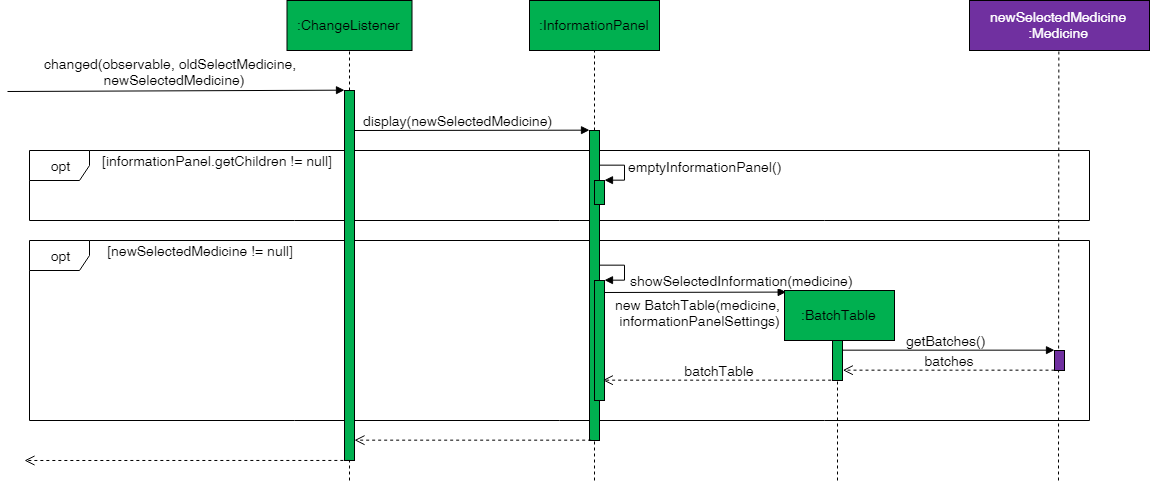
The draw.io diagram docs/images/InformationPanelSequenceDiagram.png in nus-cs2103-AY1819S2/addressbook-level4, before a commit. Source tidied: cells renumbered, new cells last; positions are measured from the earlier drawing's top-left corner, leaving out a move shared by most shapes.
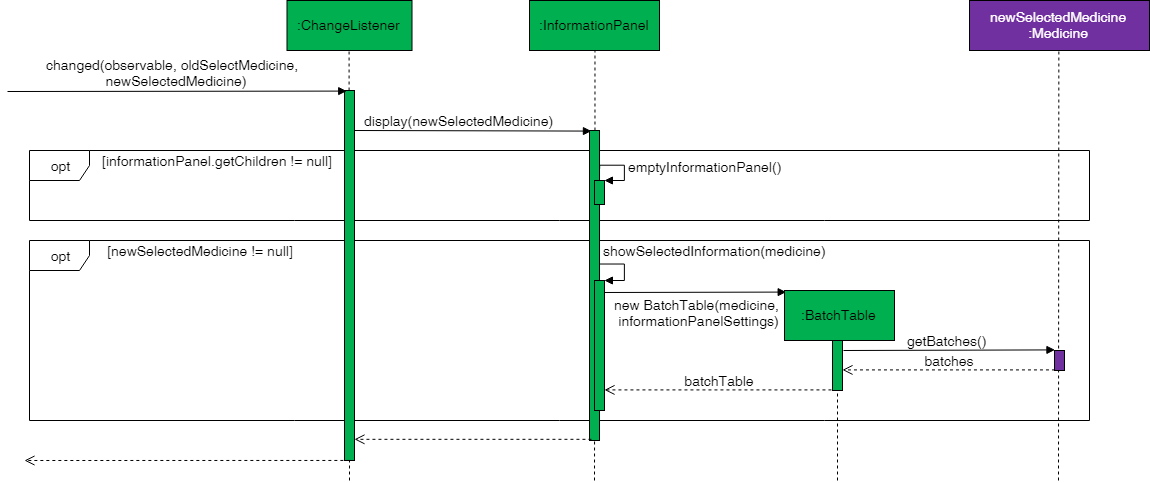
Above is the later version.

What changed in the source:
```diff
@@ -11,11 +11,13 @@
     <mxCell id="3" value="&lt;font style=&quot;font-size: 14px&quot;&gt;opt&lt;/font&gt;" style="shape=umlFrame;whiteSpace=wrap;html=1;" parent="1" vertex="1">
       <mxGeometry x="22" y="240" width="1060" height="180" as="geometry" />
     </mxCell>
-    <mxCell id="4" value="getBatches()" style="html=1;verticalAlign=bottom;endArrow=block;fontSize=14;entryX=-0.041;entryY=-0.019;entryDx=0;entryDy=0;entryPerimeter=0;exitX=1.04;exitY=0.593;exitDx=0;exitDy=0;exitPerimeter=0;" parent="1" edge="1" source="5" target="22">
-      <mxGeometry x="-0.03" relative="1" as="geometry" />
+    <mxCell id="4" value="getBatches()" style="html=1;verticalAlign=bottom;endArrow=block;fontSize=14;entryX=0.08;entryY=-0.002;entryDx=0;entryDy=0;entryPerimeter=0;" parent="1" edge="1" target="22">
+      <mxGeometry x="-0.03" relative="1" as="geometry">
+        <mxPoint x="836" y="350" as="sourcePoint" />
+      </mxGeometry>
     </mxCell>
     <mxCell id="5" style="html=1;points=[];perimeter=orthogonalPerimeter;fillColor=#00B050;" parent="1" vertex="1">
-      <mxGeometry x="825" y="305" width="10" height="75" as="geometry" />
+      <mxGeometry x="825" y="305" width="10" height="85" as="geometry" />
     </mxCell>
     <mxCell id="6" value="&lt;font style=&quot;font-size: 14px&quot;&gt;opt&lt;/font&gt;" style="shape=umlFrame;whiteSpace=wrap;html=1;" parent="1" vertex="1">
       <mxGeometry x="22" y="150" width="1060" height="70" as="geometry" />
@@ -34,12 +36,12 @@
         <mxPoint x="342" y="480" as="sourcePoint" />
       </mxGeometry>
     </mxCell>
-    <mxCell id="11" value="changed(&lt;span style=&quot;font-size: 14px&quot;&gt;observable&lt;/span&gt;&lt;span style=&quot;font-size: 14px&quot;&gt;, &lt;/span&gt;&lt;span style=&quot;font-size: 14px&quot;&gt;oldSelectMedicine&lt;/span&gt;&lt;span style=&quot;font-size: 14px&quot;&gt;,&lt;br&gt;&amp;nbsp;&amp;nbsp;&lt;/span&gt;&lt;span style=&quot;font-size: 14px&quot;&gt;newSelectedMedicine)&lt;/span&gt;" style="html=1;verticalAlign=bottom;endArrow=block;entryX=-0.029;entryY=0;entryDx=0;entryDy=0;entryPerimeter=0;fontSize=14;" parent="1" edge="1" target="9">
+    <mxCell id="11" value="changed(&lt;span style=&quot;font-size: 14px&quot;&gt;observable&lt;/span&gt;&lt;span style=&quot;font-size: 14px&quot;&gt;, &lt;/span&gt;&lt;span style=&quot;font-size: 14px&quot;&gt;oldSelectMedicine&lt;/span&gt;&lt;span style=&quot;font-size: 14px&quot;&gt;,&lt;br&gt;&amp;nbsp;&amp;nbsp;&lt;/span&gt;&lt;span style=&quot;font-size: 14px&quot;&gt;newSelectedMedicine)&lt;/span&gt;" style="html=1;verticalAlign=bottom;endArrow=block;entryX=0.167;entryY=0;entryDx=0;entryDy=0;entryPerimeter=0;fontSize=14;" parent="1" edge="1" target="9">
       <mxGeometry x="-0.03" y="1" relative="1" as="geometry">
         <mxPoint y="91" as="sourcePoint" />
       </mxGeometry>
     </mxCell>
-    <mxCell id="12" value="display(newSelectedMedicine)" style="html=1;verticalAlign=bottom;endArrow=block;entryX=-0.002;entryY=-0.002;entryDx=0;entryDy=0;entryPerimeter=0;fontSize=14;" parent="1" edge="1" target="15">
+    <mxCell id="12" value="display(newSelectedMedicine)" style="html=1;verticalAlign=bottom;endArrow=block;entryX=0.174;entryY=0;entryDx=0;entryDy=0;entryPerimeter=0;fontSize=14;" parent="1" edge="1" target="18">
       <mxGeometry x="-0.11" relative="1" as="geometry">
         <mxPoint x="347" y="130" as="sourcePoint" />
         <mxPoint x="-1" as="offset" />
@@ -107,7 +109,7 @@
       </mxGeometry>
     </mxCell>
     <mxCell id="28" style="html=1;points=[];perimeter=orthogonalPerimeter;fillColor=#00B050;" parent="1" vertex="1">
-      <mxGeometry x="587" y="280" width="10" height="120" as="geometry" />
+      <mxGeometry x="587" y="280" width="10" height="130" as="geometry" />
     </mxCell>
     <mxCell id="29" value="showSelectedInformation(medicine)&lt;br style=&quot;font-size: 14px;&quot;&gt;" style="edgeStyle=orthogonalEdgeStyle;html=1;align=left;spacingLeft=2;endArrow=block;rounded=0;entryX=1;entryY=0;exitX=0.993;exitY=0.091;exitDx=0;exitDy=0;exitPerimeter=0;fontSize=14;" parent="1" edge="1" target="28">
       <mxGeometry x="-0.18" y="-29" relative="1" as="geometry">
@@ -119,10 +121,10 @@
         <mxPoint x="4" y="-14" as="offset" />
       </mxGeometry>
     </mxCell>
-    <mxCell id="30" style="html=1;verticalAlign=bottom;endArrow=open;dashed=1;endSize=8;entryX=0.953;entryY=0.867;entryDx=0;entryDy=0;entryPerimeter=0;exitX=0.04;exitY=0.991;exitDx=0;exitDy=0;exitPerimeter=0;" parent="1" edge="1" source="22" target="5">
+    <mxCell id="30" style="html=1;verticalAlign=bottom;endArrow=open;dashed=1;endSize=8;exitX=0.04;exitY=0.991;exitDx=0;exitDy=0;exitPerimeter=0;" parent="1" edge="1" source="22" target="5">
       <mxGeometry relative="1" as="geometry" />
     </mxCell>
-    <mxCell id="31" style="html=1;verticalAlign=bottom;endArrow=open;dashed=1;endSize=8;exitX=-0.051;exitY=0.996;exitDx=0;exitDy=0;exitPerimeter=0;entryX=0.893;entryY=0.828;entryDx=0;entryDy=0;entryPerimeter=0;" parent="1" edge="1" source="5" target="28">
+    <mxCell id="31" style="html=1;verticalAlign=bottom;endArrow=open;dashed=1;endSize=8;exitX=-0.051;exitY=0.996;exitDx=0;exitDy=0;exitPerimeter=0;" parent="1" edge="1" source="5" target="28">
       <mxGeometry relative="1" as="geometry" />
     </mxCell>
     <mxCell id="32" value=":BatchTable&lt;br style=&quot;font-size: 14px;&quot;&gt;" style="html=1;fillColor=#00B050;fontSize=14;" parent="1" vertex="1">
@@ -132,7 +134,7 @@
       <mxGeometry x="921" y="350" width="40" height="20" as="geometry" />
     </mxCell>
     <mxCell id="34" value="&lt;font color=&quot;#000000&quot;&gt;batchTable&lt;/font&gt;" style="text;html=1;strokeColor=none;fillColor=none;align=center;verticalAlign=middle;whiteSpace=wrap;rounded=0;fontSize=14;fontColor=#FFFFFF;" parent="1" vertex="1">
-      <mxGeometry x="691" y="360" width="40" height="20" as="geometry" />
+      <mxGeometry x="691" y="370" width="40" height="20" as="geometry" />
     </mxCell>
   </root>
 </mxGraphModel>
```
